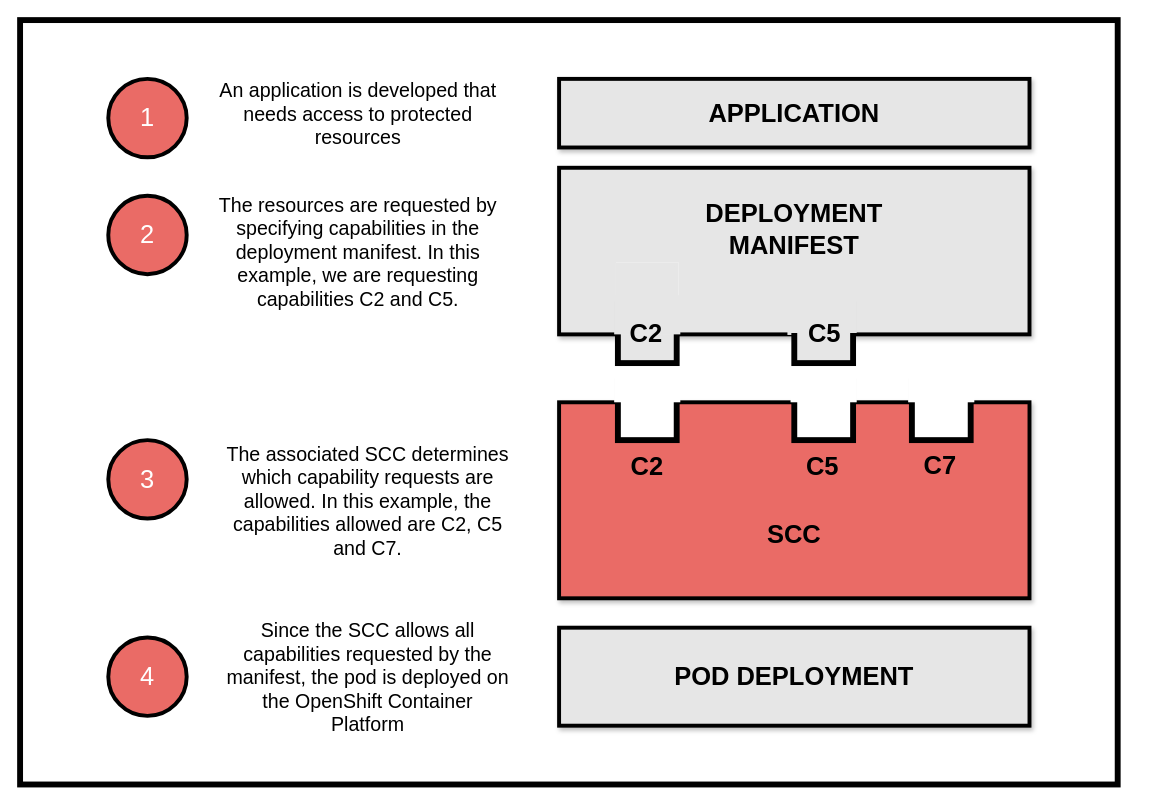
The draw.io diagram page "capabilities-2" (6 of 13) of article-intro/images/detailed-flow.drawio in tt-isv-org/scc, before the edit. Source tidied: cells renumbered, new cells numbered last; positions are measured from the earlier drawing's top-left corner, leaving out a move shared by most shapes. Both pictures are drawn from the tidied source at 98%, with x=0, y=0 at pixel (20, 20).
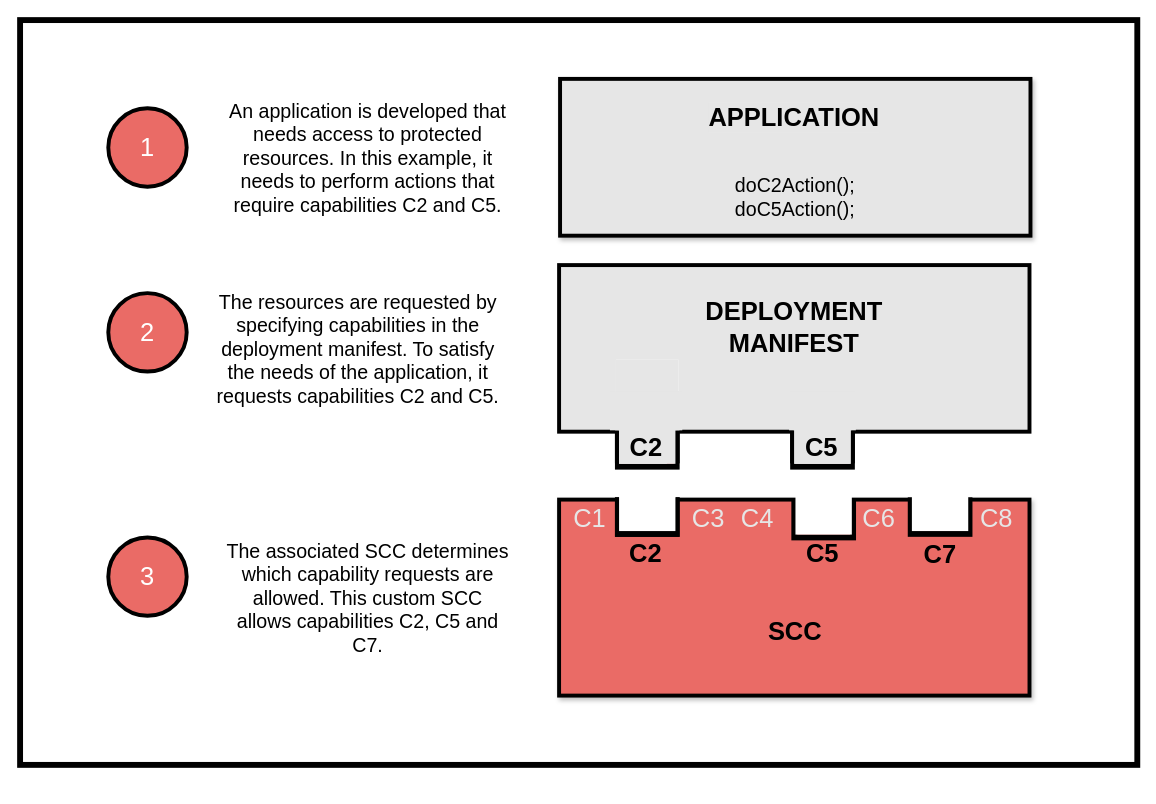
The same page after the edit.

What changed in the source:
```diff
@@
     <mxCell id="2" style="rounded=0;whiteSpace=wrap;html=1;shadow=0;glass=0;strokeWidth=6;fillColor=#FFFFFF;fontSize=20;fontColor=#000000;" parent="1" vertex="1">
-      <mxGeometry width="1120" height="780" as="geometry" />
+      <mxGeometry width="1140" height="760" as="geometry" />
     </mxCell>
     <mxCell id="3" value="1" style="ellipse;whiteSpace=wrap;html=1;rounded=0;shadow=0;glass=0;strokeColor=#000000;strokeWidth=4;fillColor=#EA6B66;fontSize=26;fontColor=#FFFFFF;" parent="1" vertex="1">
-      <mxGeometry x="90" y="60" width="80" height="80" as="geometry" />
+      <mxGeometry x="90" y="90" width="80" height="80" as="geometry" />
     </mxCell>
     <mxCell id="4" value="2" style="ellipse;whiteSpace=wrap;html=1;rounded=0;shadow=0;glass=0;strokeColor=#000000;strokeWidth=4;fillColor=#EA6B66;fontSize=26;fontColor=#FFFFFF;" parent="1" vertex="1">
-      <mxGeometry x="90" y="179.3" width="80" height="80" as="geometry" />
+      <mxGeometry x="90" y="278.6" width="80" height="80" as="geometry" />
     </mxCell>
     <mxCell id="5" value="3" style="ellipse;whiteSpace=wrap;html=1;rounded=0;shadow=0;glass=0;strokeColor=#000000;strokeWidth=4;fillColor=#EA6B66;fontSize=26;fontColor=#FFFFFF;" parent="1" vertex="1">
-      <mxGeometry x="90" y="428.6" width="80" height="80" as="geometry" />
+      <mxGeometry x="90" y="527.9" width="80" height="80" as="geometry" />
     </mxCell>
-    <mxCell id="6" value="APPLICATION" style="rounded=0;whiteSpace=wrap;html=1;shadow=1;glass=0;strokeColor=#000000;strokeWidth=4;fontSize=26;fontStyle=1;fillColor=#E6E6E6;" parent="1" vertex="1">
-      <mxGeometry x="550" y="60" width="480" height="70" as="geometry" />
+    <mxCell id="6" style="rounded=0;whiteSpace=wrap;html=1;shadow=1;glass=0;strokeColor=#000000;strokeWidth=4;fontSize=26;fontStyle=1;fillColor=#E6E6E6;" parent="1" vertex="1">
+      <mxGeometry x="551" y="60" width="480" height="160" as="geometry" />
     </mxCell>
     <mxCell id="7" value="&lt;br style=&quot;font-size: 26px&quot;&gt;&lt;br&gt;&lt;br&gt;&lt;br&gt;" style="rounded=0;whiteSpace=wrap;html=1;shadow=1;glass=0;strokeWidth=4;fontSize=26;fillColor=#EA6B66;labelPosition=center;verticalLabelPosition=middle;align=center;verticalAlign=middle;fontColor=#FFFFFF;fontStyle=1;" parent="1" vertex="1">
-      <mxGeometry x="550" y="390" width="480" height="200" as="geometry" />
+      <mxGeometry x="550" y="489.3" width="480" height="200" as="geometry" />
     </mxCell>
-    <mxCell id="8" style="rounded=0;whiteSpace=wrap;html=1;shadow=1;glass=0;strokeColor=#000000;strokeWidth=4;fontSize=26;fontStyle=1;fillColor=#E6E6E6;" parent="1" vertex="1">
-      <mxGeometry x="550" y="150.7" width="480" height="170" as="geometry" />
+    <mxCell id="8" style="rounded=0;whiteSpace=wrap;html=1;shadow=0;glass=0;strokeColor=#000000;strokeWidth=4;fontSize=26;fontStyle=1;fillColor=#E6E6E6;" parent="1" vertex="1">
+      <mxGeometry x="550" y="250" width="480" height="170" as="geometry" />
     </mxCell>
     <mxCell id="9" style="rounded=0;whiteSpace=wrap;html=1;shadow=0;glass=0;strokeWidth=4;fillColor=#FFFFFF;fontSize=26;fontColor=#FFFFFF;strokeColor=#FFFFFF;" parent="1" vertex="1">
-      <mxGeometry x="610" y="249.3" width="60" height="70" as="geometry" />
+      <mxGeometry x="610" y="348.6" width="60" height="70" as="geometry" />
     </mxCell>
     <mxCell id="10" style="rounded=0;whiteSpace=wrap;html=1;shadow=0;glass=0;strokeWidth=4;fontSize=26;fontColor=#FFFFFF;fillColor=#E6E6E6;strokeColor=#E6E6E6;" parent="1" vertex="1">
-      <mxGeometry x="610" y="249.3" width="60" height="70" as="geometry" />
+      <mxGeometry x="610" y="348.6" width="60" height="70" as="geometry" />
     </mxCell>
-    <mxCell id="11" style="rounded=0;whiteSpace=wrap;html=1;shadow=0;glass=0;strokeWidth=4;fontSize=26;fontColor=#FFFFFF;strokeColor=#E6E6E6;fillColor=#E6E6E6;" parent="1" vertex="1">
-      <mxGeometry x="785" y="249.3" width="60" height="70" as="geometry" />
-    </mxCell>
     <mxCell id="12" value="&lt;font color=&quot;#000000&quot;&gt;&lt;b&gt;DEPLOYMENT MANIFEST&lt;/b&gt;&lt;/font&gt;" style="text;html=1;strokeColor=none;fillColor=none;align=center;verticalAlign=middle;whiteSpace=wrap;rounded=0;shadow=0;glass=0;fontSize=26;fontColor=#FFFFFF;" parent="1" vertex="1">
-      <mxGeometry x="690" y="179.3" width="200" height="70" as="geometry" />
+      <mxGeometry x="690" y="278.6" width="200" height="70" as="geometry" />
     </mxCell>
-    <mxCell id="13" value="An application is developed that needs access to protected resources" style="text;html=1;strokeColor=none;fillColor=none;align=center;verticalAlign=middle;whiteSpace=wrap;rounded=0;shadow=0;glass=0;fontSize=20;" parent="1" vertex="1">
-      <mxGeometry x="200" y="30" width="290" height="130" as="geometry" />
+    <mxCell id="13" value="An application is developed that needs access to protected resources. In this example, it needs to perform actions that require capabilities C2 and C5." style="text;html=1;strokeColor=none;fillColor=none;align=center;verticalAlign=middle;whiteSpace=wrap;rounded=0;shadow=0;glass=0;fontSize=20;" parent="1" vertex="1">
+      <mxGeometry x="210" y="75" width="290" height="130" as="geometry" />
     </mxCell>
-    <mxCell id="14" value="The resources are requested by specifying capabilities in the deployment manifest. In this example, we are requesting capabilities C2 and C5." style="text;html=1;strokeColor=none;fillColor=none;align=center;verticalAlign=middle;whiteSpace=wrap;rounded=0;shadow=0;glass=0;fontSize=20;" parent="1" vertex="1">
-      <mxGeometry x="200" y="170.7" width="290" height="130" as="geometry" />
+    <mxCell id="14" value="The resources are requested by specifying capabilities in the deployment manifest. To satisfy the needs of the application, it requests capabilities C2 and C5." style="text;html=1;strokeColor=none;fillColor=none;align=center;verticalAlign=middle;whiteSpace=wrap;rounded=0;shadow=0;glass=0;fontSize=20;" parent="1" vertex="1">
+      <mxGeometry x="200" y="270" width="290" height="130" as="geometry" />
     </mxCell>
-    <mxCell id="15" value="The associated SCC determines which capability requests are allowed. In this example, the capabilities allowed are C2, C5 and C7." style="text;html=1;strokeColor=none;fillColor=none;align=center;verticalAlign=middle;whiteSpace=wrap;rounded=0;shadow=0;glass=0;fontSize=20;" parent="1" vertex="1">
-      <mxGeometry x="210" y="425" width="290" height="130" as="geometry" />
+    <mxCell id="15" value="The associated SCC determines which capability requests are allowed. This custom SCC allows capabilities C2, C5 and C7." style="text;html=1;strokeColor=none;fillColor=none;align=center;verticalAlign=middle;whiteSpace=wrap;rounded=0;shadow=0;glass=0;fontSize=20;" parent="1" vertex="1">
+      <mxGeometry x="210" y="524.3" width="290" height="130" as="geometry" />
     </mxCell>
-    <mxCell id="16" value="POD DEPLOYMENT" style="rounded=0;whiteSpace=wrap;html=1;shadow=1;glass=0;strokeColor=#000000;strokeWidth=4;fontSize=26;fontStyle=1;fillColor=#E6E6E6;" parent="1" vertex="1">
-      <mxGeometry x="550" y="620" width="480" height="100" as="geometry" />
-    </mxCell>
-    <mxCell id="17" value="4" style="ellipse;whiteSpace=wrap;html=1;rounded=0;shadow=0;glass=0;strokeColor=#000000;strokeWidth=4;fillColor=#EA6B66;fontSize=26;fontColor=#FFFFFF;" parent="1" vertex="1">
-      <mxGeometry x="90" y="630" width="80" height="80" as="geometry" />
-    </mxCell>
-    <mxCell id="18" value="Since the SCC allows all capabilities requested by the manifest, the pod is deployed on the OpenShift Container Platform" style="text;html=1;strokeColor=none;fillColor=none;align=center;verticalAlign=middle;whiteSpace=wrap;rounded=0;shadow=0;glass=0;fontSize=20;" parent="1" vertex="1">
-      <mxGeometry x="210" y="605" width="290" height="130" as="geometry" />
-    </mxCell>
     <mxCell id="19" value="&lt;b style=&quot;color: rgb(0 , 0 , 0)&quot;&gt;SCC&lt;/b&gt;" style="text;html=1;strokeColor=none;fillColor=none;align=center;verticalAlign=middle;whiteSpace=wrap;rounded=0;shadow=0;glass=0;fontSize=26;fontColor=#FFFFFF;" parent="1" vertex="1">
-      <mxGeometry x="690" y="490" width="200" height="70" as="geometry" />
+      <mxGeometry x="691" y="589.3" width="200" height="70" as="geometry" />
     </mxCell>
-    <mxCell id="20" style="whiteSpace=wrap;html=1;rounded=0;shadow=0;glass=0;strokeWidth=6;fontSize=20;fontColor=#000000;fillColor=#FFFFFF;" parent="1" vertex="1">
-      <mxGeometry x="610" y="368.6" width="60" height="60" as="geometry" />
-    </mxCell>
-    <mxCell id="21" style="whiteSpace=wrap;html=1;rounded=0;shadow=0;glass=0;strokeWidth=6;fontSize=20;fontColor=#000000;fillColor=#FFFFFF;" parent="1" vertex="1">
-      <mxGeometry x="790" y="368.6" width="60" height="60" as="geometry" />
-    </mxCell>
-    <mxCell id="22" style="whiteSpace=wrap;html=1;rounded=0;shadow=0;glass=0;strokeWidth=6;fontSize=20;fontColor=#000000;fillColor=#FFFFFF;" parent="1" vertex="1">
-      <mxGeometry x="910" y="368.6" width="60" height="60" as="geometry" />
-    </mxCell>
     <mxCell id="23" style="whiteSpace=wrap;html=1;rounded=0;shadow=0;glass=0;strokeWidth=6;fontSize=20;fontColor=#000000;fillColor=#E6E6E6;" parent="1" vertex="1">
-      <mxGeometry x="610" y="290" width="60" height="60" as="geometry" />
+      <mxGeometry x="610" y="389.3" width="60" height="60" as="geometry" />
     </mxCell>
-    <mxCell id="24" style="whiteSpace=wrap;html=1;rounded=0;shadow=0;glass=0;strokeWidth=6;fontSize=20;fontColor=#000000;fillColor=#E6E6E6;" parent="1" vertex="1">
-      <mxGeometry x="790" y="290" width="60" height="60" as="geometry" />
-    </mxCell>
-    <mxCell id="25" style="rounded=0;whiteSpace=wrap;html=1;shadow=0;glass=0;strokeWidth=6;gradientColor=none;fontSize=20;fontColor=#000000;strokeColor=none;fillColor=#FFFFFF;" parent="1" vertex="1">
-      <mxGeometry x="606.2" y="360" width="67.5" height="30" as="geometry" />
-    </mxCell>
-    <mxCell id="26" style="rounded=0;whiteSpace=wrap;html=1;shadow=0;glass=0;strokeWidth=6;gradientColor=none;fontSize=20;fontColor=#000000;strokeColor=none;fillColor=#FFFFFF;" parent="1" vertex="1">
-      <mxGeometry x="786.2" y="360" width="67.5" height="30" as="geometry" />
-    </mxCell>
-    <mxCell id="27" style="rounded=0;whiteSpace=wrap;html=1;shadow=0;glass=0;strokeWidth=6;gradientColor=none;fontSize=20;fontColor=#000000;strokeColor=none;fillColor=#E6E6E6;" parent="1" vertex="1">
-      <mxGeometry x="606.2" y="280.7" width="67.5" height="40" as="geometry" />
-    </mxCell>
-    <mxCell id="28" style="rounded=0;whiteSpace=wrap;html=1;shadow=0;glass=0;strokeWidth=6;gradientColor=none;fontSize=20;fontColor=#000000;strokeColor=none;fillColor=#E6E6E6;" parent="1" vertex="1">
-      <mxGeometry x="786.2" y="279.3" width="67.5" height="40" as="geometry" />
-    </mxCell>
-    <mxCell id="29" style="rounded=0;whiteSpace=wrap;html=1;shadow=0;glass=0;strokeWidth=6;gradientColor=none;fontSize=20;fontColor=#000000;strokeColor=none;fillColor=#FFFFFF;" parent="1" vertex="1">
-      <mxGeometry x="906.2" y="360" width="67.5" height="30" as="geometry" />
-    </mxCell>
-    <mxCell id="30" value="&lt;b style=&quot;color: rgb(0 , 0 , 0)&quot;&gt;C2&lt;/b&gt;" style="text;html=1;strokeColor=none;fillColor=none;align=center;verticalAlign=middle;whiteSpace=wrap;rounded=0;shadow=0;glass=0;fontSize=26;fontColor=#FFFFFF;" parent="1" vertex="1">
-      <mxGeometry x="603.8" y="304.3" width="70" height="31.4" as="geometry" />
-    </mxCell>
-    <mxCell id="31" value="&lt;b style=&quot;color: rgb(0 , 0 , 0)&quot;&gt;C5&lt;/b&gt;" style="text;html=1;strokeColor=none;fillColor=none;align=center;verticalAlign=middle;whiteSpace=wrap;rounded=0;shadow=0;glass=0;fontSize=26;fontColor=#FFFFFF;" parent="1" vertex="1">
-      <mxGeometry x="786.2" y="304.3" width="70" height="31.4" as="geometry" />
-    </mxCell>
     <mxCell id="32" value="&lt;b style=&quot;color: rgb(0 , 0 , 0)&quot;&gt;C2&lt;/b&gt;" style="text;html=1;strokeColor=none;fillColor=none;align=center;verticalAlign=middle;whiteSpace=wrap;rounded=0;shadow=0;glass=0;fontSize=26;fontColor=#FFFFFF;" parent="1" vertex="1">
-      <mxGeometry x="605" y="440" width="70" height="31.4" as="geometry" />
+      <mxGeometry x="616.2" y="527.9" width="45" height="31.4" as="geometry" />
     </mxCell>
     <mxCell id="33" value="&lt;b style=&quot;color: rgb(0 , 0 , 0)&quot;&gt;C5&lt;/b&gt;" style="text;html=1;strokeColor=none;fillColor=none;align=center;verticalAlign=middle;whiteSpace=wrap;rounded=0;shadow=0;glass=0;fontSize=26;fontColor=#FFFFFF;" parent="1" vertex="1">
-      <mxGeometry x="783.8" y="440" width="70" height="31.4" as="geometry" />
+      <mxGeometry x="783.8" y="527.9" width="70" height="31.4" as="geometry" />
     </mxCell>
     <mxCell id="34" value="&lt;b style=&quot;color: rgb(0 , 0 , 0)&quot;&gt;C7&lt;/b&gt;" style="text;html=1;strokeColor=none;fillColor=none;align=center;verticalAlign=middle;whiteSpace=wrap;rounded=0;shadow=0;glass=0;fontSize=26;fontColor=#FFFFFF;" parent="1" vertex="1">
-      <mxGeometry x="903.8" y="440" width="70" height="29.1" as="geometry" />
+      <mxGeometry x="903.8" y="530.2" width="70" height="29.1" as="geometry" />
     </mxCell>
+    <mxCell id="35" value="&lt;div style=&quot;text-align: left&quot;&gt;&lt;span&gt;doC2Action();&lt;/span&gt;&lt;/div&gt;&lt;div style=&quot;text-align: left&quot;&gt;&lt;span&gt;doC5Action();&lt;/span&gt;&lt;/div&gt;" style="text;html=1;strokeColor=none;fillColor=none;align=center;verticalAlign=middle;whiteSpace=wrap;rounded=0;shadow=0;glass=0;fontSize=20;fontColor=#000000;" parent="1" vertex="1">
+      <mxGeometry x="701" y="140" width="180" height="80" as="geometry" />
+    </mxCell>
+    <mxCell id="36" value="&lt;font color=&quot;#e6e6e6&quot;&gt;C1&lt;/font&gt;" style="text;html=1;strokeColor=none;fillColor=none;align=center;verticalAlign=middle;whiteSpace=wrap;rounded=0;shadow=0;glass=0;fontSize=26;fontColor=#FFFFFF;" parent="1" vertex="1">
+      <mxGeometry x="558.8" y="492.9" width="45" height="31.4" as="geometry" />
+    </mxCell>
+    <mxCell id="37" value="&lt;font color=&quot;#e6e6e6&quot;&gt;C3&lt;/font&gt;" style="text;html=1;strokeColor=none;fillColor=none;align=center;verticalAlign=middle;whiteSpace=wrap;rounded=0;shadow=0;glass=0;fontSize=26;fontColor=#FFFFFF;" parent="1" vertex="1">
+      <mxGeometry x="680" y="492.9" width="45" height="31.4" as="geometry" />
+    </mxCell>
+    <mxCell id="38" value="&lt;font color=&quot;#e6e6e6&quot;&gt;C4&lt;/font&gt;" style="text;html=1;strokeColor=none;fillColor=none;align=center;verticalAlign=middle;whiteSpace=wrap;rounded=0;shadow=0;glass=0;fontSize=26;fontColor=#FFFFFF;" parent="1" vertex="1">
+      <mxGeometry x="730" y="492.9" width="45" height="31.4" as="geometry" />
+    </mxCell>
+    <mxCell id="39" value="&lt;font color=&quot;#e6e6e6&quot;&gt;C6&lt;/font&gt;" style="text;html=1;strokeColor=none;fillColor=none;align=center;verticalAlign=middle;whiteSpace=wrap;rounded=0;shadow=0;glass=0;fontSize=26;fontColor=#FFFFFF;" parent="1" vertex="1">
+      <mxGeometry x="853.8" y="492.9" width="45" height="31.4" as="geometry" />
+    </mxCell>
+    <mxCell id="40" value="&lt;font color=&quot;#e6e6e6&quot;&gt;C8&lt;/font&gt;" style="text;html=1;strokeColor=none;fillColor=none;align=center;verticalAlign=middle;whiteSpace=wrap;rounded=0;shadow=0;glass=0;fontSize=26;fontColor=#FFFFFF;" parent="1" vertex="1">
+      <mxGeometry x="973.8" y="492.9" width="45" height="31.4" as="geometry" />
+    </mxCell>
+    <mxCell id="41" value="&lt;font style=&quot;font-size: 26px&quot;&gt;&lt;b style=&quot;background-color: rgb(230 , 230 , 230)&quot;&gt;APPLICATION&lt;/b&gt;&lt;/font&gt;" style="text;html=1;strokeColor=none;fillColor=none;align=center;verticalAlign=middle;whiteSpace=wrap;rounded=0;shadow=0;glass=0;fontSize=20;fontColor=#000000;" parent="1" vertex="1">
+      <mxGeometry x="715" y="90" width="150" height="20" as="geometry" />
+    </mxCell>
+    <mxCell id="42" style="group;" parent="1" vertex="1">
+      <mxGeometry x="610" y="474.3" width="60" height="50" as="geometry" />
+    </mxCell>
+    <mxCell id="43" style="rounded=0;whiteSpace=wrap;html=1;shadow=0;glass=0;strokeColor=#000000;strokeWidth=6;gradientColor=none;fontSize=20;fontColor=#000000;fillColor=#EA6B66;" parent="42" vertex="1">
+      <mxGeometry y="15.7" width="60" height="34.3" as="geometry" />
+    </mxCell>
+    <mxCell id="44" style="rounded=0;whiteSpace=wrap;html=1;shadow=0;glass=0;strokeWidth=6;gradientColor=none;fontSize=20;fontColor=#000000;strokeColor=none;fillColor=#FFFFFF;" parent="42" vertex="1">
+      <mxGeometry x="1.2" width="57.5" height="47.1" as="geometry" />
+    </mxCell>
+    <mxCell id="45" style="group;" parent="1" vertex="1">
+      <mxGeometry x="610" y="474.3" width="60" height="50" as="geometry" />
+    </mxCell>
+    <mxCell id="46" style="rounded=0;whiteSpace=wrap;html=1;shadow=0;glass=0;strokeColor=#000000;strokeWidth=6;gradientColor=none;fontSize=20;fontColor=#000000;fillColor=#EA6B66;" parent="45" vertex="1">
+      <mxGeometry y="15.7" width="60" height="34.3" as="geometry" />
+    </mxCell>
+    <mxCell id="47" style="rounded=0;whiteSpace=wrap;html=1;shadow=0;glass=0;strokeWidth=6;gradientColor=none;fontSize=20;fontColor=#000000;strokeColor=none;fillColor=#FFFFFF;" parent="45" vertex="1">
+      <mxGeometry x="1.2" width="57.5" height="47.1" as="geometry" />
+    </mxCell>
+    <mxCell id="48" style="group;" parent="1" vertex="1">
+      <mxGeometry x="790" y="477.9" width="60" height="50" as="geometry" />
+    </mxCell>
+    <mxCell id="49" style="rounded=0;whiteSpace=wrap;html=1;shadow=0;glass=0;strokeColor=#000000;strokeWidth=6;gradientColor=none;fontSize=20;fontColor=#000000;fillColor=#EA6B66;" parent="48" vertex="1">
+      <mxGeometry y="15.7" width="60" height="34.3" as="geometry" />
+    </mxCell>
+    <mxCell id="50" style="rounded=0;whiteSpace=wrap;html=1;shadow=0;glass=0;strokeWidth=6;gradientColor=none;fontSize=20;fontColor=#000000;strokeColor=none;fillColor=#FFFFFF;" parent="48" vertex="1">
+      <mxGeometry x="1.2" width="57.5" height="47.1" as="geometry" />
+    </mxCell>
+    <mxCell id="51" style="group;" parent="1" vertex="1">
+      <mxGeometry x="908.8" y="474.3" width="60" height="50" as="geometry" />
+    </mxCell>
+    <mxCell id="52" style="rounded=0;whiteSpace=wrap;html=1;shadow=0;glass=0;strokeColor=#000000;strokeWidth=6;gradientColor=none;fontSize=20;fontColor=#000000;fillColor=#EA6B66;" parent="51" vertex="1">
+      <mxGeometry y="15.7" width="60" height="34.3" as="geometry" />
+    </mxCell>
+    <mxCell id="53" style="rounded=0;whiteSpace=wrap;html=1;shadow=0;glass=0;strokeWidth=6;gradientColor=none;fontSize=20;fontColor=#000000;strokeColor=none;fillColor=#FFFFFF;" parent="51" vertex="1">
+      <mxGeometry x="1.2" width="57.5" height="47.1" as="geometry" />
+    </mxCell>
+    <mxCell id="54" style="group;fillColor=#ffffff;" parent="1" vertex="1">
+      <mxGeometry x="610" y="405.7" width="60" height="50" as="geometry" />
+    </mxCell>
+    <mxCell id="55" style="rounded=0;whiteSpace=wrap;html=1;shadow=0;glass=0;strokeColor=#000000;strokeWidth=6;gradientColor=none;fontSize=20;fontColor=#000000;fillColor=#EA6B66;" parent="1" vertex="1">
+      <mxGeometry x="610" y="421.4" width="60" height="34.3" as="geometry" />
+    </mxCell>
+    <mxCell id="56" style="rounded=0;whiteSpace=wrap;html=1;shadow=0;glass=0;strokeWidth=6;gradientColor=none;fontSize=20;fontColor=#000000;strokeColor=none;fillColor=#E6E6E6;" parent="1" vertex="1">
+      <mxGeometry x="611.2" y="405.7" width="57.5" height="47.1" as="geometry" />
+    </mxCell>
+    <mxCell id="27" style="rounded=0;whiteSpace=wrap;html=1;shadow=0;glass=0;strokeWidth=6;gradientColor=none;fontSize=20;fontColor=#000000;strokeColor=none;fillColor=#E6E6E6;" parent="1" vertex="1">
+      <mxGeometry x="601.9" y="378.6" width="73.8" height="40" as="geometry" />
+    </mxCell>
+    <mxCell id="57" style="rounded=0;whiteSpace=wrap;html=1;shadow=0;glass=0;strokeWidth=6;gradientColor=none;fontSize=20;fontColor=#000000;strokeColor=none;fillColor=#E6E6E6;" parent="1" vertex="1">
+      <mxGeometry x="607.2" y="378.6" width="65.6" height="40" as="geometry" />
+    </mxCell>
+    <mxCell id="58" style="rounded=0;whiteSpace=wrap;html=1;shadow=0;glass=0;strokeWidth=6;gradientColor=none;fontSize=20;fontColor=#000000;strokeColor=none;fillColor=#E6E6E6;" parent="1" vertex="1">
+      <mxGeometry x="611.2" y="405.7" width="48.8" height="47.1" as="geometry" />
+    </mxCell>
+    <mxCell id="59" style="whiteSpace=wrap;html=1;rounded=0;shadow=0;glass=0;strokeWidth=6;fontSize=20;fontColor=#000000;fillColor=#E6E6E6;" parent="1" vertex="1">
+      <mxGeometry x="788.8" y="389.3" width="60" height="60" as="geometry" />
+    </mxCell>
+    <mxCell id="60" style="group;fillColor=#ffffff;" parent="1" vertex="1">
+      <mxGeometry x="788.8" y="405.7" width="60" height="50" as="geometry" />
+    </mxCell>
+    <mxCell id="61" style="rounded=0;whiteSpace=wrap;html=1;shadow=0;glass=0;strokeColor=#000000;strokeWidth=6;gradientColor=none;fontSize=20;fontColor=#000000;fillColor=#EA6B66;" parent="1" vertex="1">
+      <mxGeometry x="788.8" y="421.4" width="60" height="34.3" as="geometry" />
+    </mxCell>
+    <mxCell id="62" style="rounded=0;whiteSpace=wrap;html=1;shadow=0;glass=0;strokeWidth=6;gradientColor=none;fontSize=20;fontColor=#000000;strokeColor=none;fillColor=#E6E6E6;" parent="1" vertex="1">
+      <mxGeometry x="790" y="405.7" width="57.5" height="47.1" as="geometry" />
+    </mxCell>
+    <mxCell id="63" style="rounded=0;whiteSpace=wrap;html=1;shadow=0;glass=0;strokeWidth=6;gradientColor=none;fontSize=20;fontColor=#000000;strokeColor=none;fillColor=#E6E6E6;" parent="1" vertex="1">
+      <mxGeometry x="790" y="405.7" width="57.5" height="47.1" as="geometry" />
+    </mxCell>
+    <mxCell id="64" style="rounded=0;whiteSpace=wrap;html=1;shadow=0;glass=0;strokeWidth=6;gradientColor=none;fontSize=20;fontColor=#000000;strokeColor=none;fillColor=#E6E6E6;" parent="1" vertex="1">
+      <mxGeometry x="784.7" y="378.6" width="68.1" height="40" as="geometry" />
+    </mxCell>
+    <mxCell id="30" value="&lt;b style=&quot;color: rgb(0 , 0 , 0)&quot;&gt;C2&lt;/b&gt;" style="text;html=1;strokeColor=none;fillColor=none;align=center;verticalAlign=middle;whiteSpace=wrap;rounded=0;shadow=0;glass=0;fontSize=26;fontColor=#FFFFFF;" parent="1" vertex="1">
+      <mxGeometry x="603.8" y="420" width="70" height="31.4" as="geometry" />
+    </mxCell>
+    <mxCell id="31" value="&lt;b style=&quot;color: rgb(0 , 0 , 0)&quot;&gt;C5&lt;/b&gt;" style="text;html=1;strokeColor=none;fillColor=none;align=center;verticalAlign=middle;whiteSpace=wrap;rounded=0;shadow=0;glass=0;fontSize=26;fontColor=#FFFFFF;" parent="1" vertex="1">
+      <mxGeometry x="782.8" y="420" width="70" height="31.4" as="geometry" />
+    </mxCell>
```
